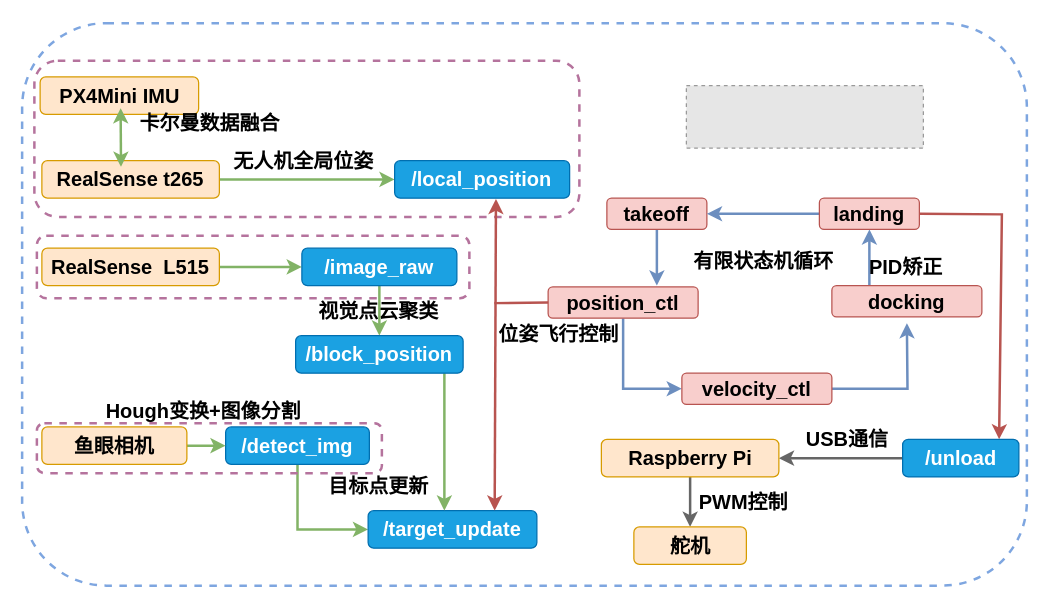
This is quadruped.drawio from Dem-phi/Everlasting-HA.github.io, a draw.io file, before an edit. Source tidied: cells renumbered, new cells numbered last; positions are measured from the earlier drawing's top-left corner, leaving out a move shared by most shapes. Both pictures are drawn from the tidied source at 125%, with x=0, y=0 at pixel (21, 22). Pictures stored in the file or linked from it are replaced by grey dashed boxes.
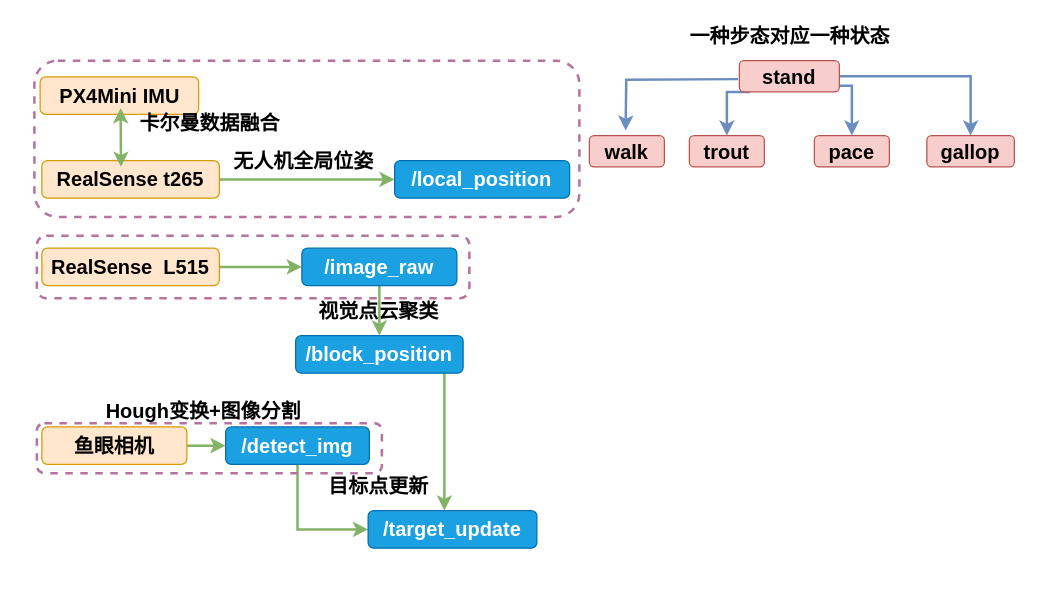
After the change.

The change refers to these unchanged cells:
```xml
<mxCell id="17" value="/local_position" style="rounded=1;whiteSpace=wrap;html=1;fillColor=#1ba1e2;strokeColor=#006EAF;horizontal=1;fontSize=16;fontColor=#ffffff;fontStyle=1;" parent="1" vertex="1">
  <mxGeometry x="298.2" y="110" width="140" height="30" as="geometry" />
</mxCell>
<mxCell id="22" value="/target_update" style="rounded=1;whiteSpace=wrap;html=1;fillColor=#1ba1e2;strokeColor=#006EAF;horizontal=1;fontSize=16;fontColor=#ffffff;fontStyle=1;" parent="1" vertex="1">
  <mxGeometry x="277" y="390" width="135" height="30" as="geometry" />
</mxCell>
```

Change to the diagram source:
```diff
@@
-    <mxCell id="2" style="rounded=1;whiteSpace=wrap;html=1;fontSize=16;fontColor=#FFFFFF;fillColor=none;gradientColor=#ffffff;dashed=1;strokeWidth=2;strokeColor=#7EA6E0;" parent="1" vertex="1">
-      <mxGeometry x="0.2" width="803.8" height="450" as="geometry" />
-    </mxCell>
@@
-    <mxCell id="5" style="fillColor=#E6E6E6;strokeColor=#999999;dashed=1;verticalLabelPosition=bottom;labelBackgroundColor=default;verticalAlign=top;" parent="1" vertex="1">
-      <mxGeometry x="531.6" y="50" width="189.6" height="50" as="geometry" />
-    </mxCell>
@@
-    <mxCell id="12" style="edgeStyle=orthogonalEdgeStyle;rounded=0;jettySize=auto;html=1;strokeWidth=2;fillColor=#f5f5f5;strokeColor=#666666;exitX=0.5;exitY=1;exitDx=0;exitDy=0;" parent="1" edge="1" source="48" target="13">
-      <mxGeometry relative="1" as="geometry" />
-    </mxCell>
-    <mxCell id="13" value="舵机" style="rounded=1;whiteSpace=wrap;html=1;fontSize=16;fillColor=#ffe6cc;strokeColor=#d79b00;fontStyle=1;" parent="1" vertex="1">
-      <mxGeometry x="489.6" y="403" width="90" height="30" as="geometry" />
-    </mxCell>
@@
-    <mxCell id="18" style="edgeStyle=orthogonalEdgeStyle;rounded=0;jettySize=auto;html=1;strokeWidth=2;fillColor=#dae8fc;strokeColor=#6c8ebf;" parent="1" edge="1" source="19">
+    <mxCell id="18" style="edgeStyle=orthogonalEdgeStyle;rounded=0;orthogonalLoop=1;jettySize=auto;html=1;strokeWidth=2;fillColor=#dae8fc;strokeColor=#6c8ebf;entryX=0.5;entryY=0;entryDx=0;entryDy=0;exitX=0;exitY=0.75;exitDx=0;exitDy=0;" parent="1" edge="1">
       <mxGeometry relative="1" as="geometry">
-        <mxPoint x="508" y="210" as="targetPoint" />
+        <mxPoint x="573" y="44.8" as="sourcePoint" />
+        <mxPoint x="483" y="86" as="targetPoint" />
       </mxGeometry>
     </mxCell>
+    <mxCell id="51" style="edgeStyle=orthogonalEdgeStyle;rounded=0;jettySize=auto;html=1;entryX=0.5;entryY=0;entryDx=0;entryDy=0;strokeWidth=2;exitX=0.105;exitY=1;exitDx=0;exitDy=0;exitPerimeter=0;fillColor=#dae8fc;strokeColor=#6c8ebf;" parent="1" edge="1" source="19" target="29">
+      <mxGeometry relative="1" as="geometry" />
+    </mxCell>
+    <mxCell id="52" style="edgeStyle=orthogonalEdgeStyle;rounded=0;jettySize=auto;html=1;strokeWidth=2;exitX=0.915;exitY=0.968;exitDx=0;exitDy=0;exitPerimeter=0;fillColor=#dae8fc;strokeColor=#6c8ebf;" parent="1" edge="1" source="19" target="54">
+      <mxGeometry relative="1" as="geometry">
+        <Array as="points">
+          <mxPoint x="647" y="50" />
+          <mxPoint x="664" y="50" />
+        </Array>
+      </mxGeometry>
+    </mxCell>
+    <mxCell id="53" style="edgeStyle=orthogonalEdgeStyle;rounded=0;jettySize=auto;html=1;strokeWidth=2;entryX=0.5;entryY=0;entryDx=0;entryDy=0;fillColor=#dae8fc;strokeColor=#6c8ebf;" parent="1" edge="1" source="19" target="32">
+      <mxGeometry relative="1" as="geometry" />
+    </mxCell>
-    <mxCell id="19" value="takeoff" style="rounded=1;whiteSpace=wrap;html=1;fillColor=#f8cecc;strokeColor=#b85450;horizontal=1;fontSize=16;fontStyle=1;" parent="1" vertex="1">
-      <mxGeometry x="468" y="140" width="80" height="25" as="geometry" />
+    <mxCell id="19" value="stand" style="rounded=1;whiteSpace=wrap;html=1;fillColor=#f8cecc;strokeColor=#b85450;horizontal=1;fontSize=16;fontStyle=1;" parent="1" vertex="1">
+      <mxGeometry x="574" y="30" width="80" height="25" as="geometry" />
     </mxCell>
@@
-    <mxCell id="25" value="&lt;b&gt;有限状态机循环&lt;/b&gt;" style="text;html=1;align=center;verticalAlign=middle;fillColor=none;strokeColor=none;rounded=0;fontSize=16;" parent="1" vertex="1">
-      <mxGeometry x="528" y="180" width="130" height="20" as="geometry" />
+    <mxCell id="25" value="&lt;b&gt;一种步态对应一种状态&lt;/b&gt;" style="text;html=1;align=center;verticalAlign=middle;fillColor=none;strokeColor=none;rounded=0;fontSize=16;" parent="1" vertex="1">
+      <mxGeometry x="524" width="180" height="20" as="geometry" />
     </mxCell>
-    <mxCell id="26" style="edgeStyle=orthogonalEdgeStyle;rounded=0;jettySize=auto;html=1;strokeWidth=2;entryX=0;entryY=0.5;entryDx=0;entryDy=0;fillColor=#dae8fc;strokeColor=#6c8ebf;" parent="1" edge="1" source="27" target="29">
-      <mxGeometry relative="1" as="geometry" />
-    </mxCell>
-    <mxCell id="27" value="position_ctl" style="rounded=1;whiteSpace=wrap;html=1;fillColor=#f8cecc;strokeColor=#b85450;horizontal=1;fontSize=16;fontStyle=1;" parent="1" vertex="1">
-      <mxGeometry x="421" y="211" width="120" height="25" as="geometry" />
+    <mxCell id="27" value="walk" style="rounded=1;whiteSpace=wrap;html=1;fillColor=#f8cecc;strokeColor=#b85450;horizontal=1;fontSize=16;fontStyle=1;" parent="1" vertex="1">
+      <mxGeometry x="454" y="90" width="60" height="25" as="geometry" />
     </mxCell>
-    <mxCell id="28" style="edgeStyle=orthogonalEdgeStyle;rounded=0;jettySize=auto;html=1;strokeWidth=2;fillColor=#dae8fc;strokeColor=#6c8ebf;" parent="1" edge="1" source="29">
-      <mxGeometry relative="1" as="geometry">
-        <mxPoint x="708" y="240" as="targetPoint" />
-      </mxGeometry>
-    </mxCell>
-    <mxCell id="29" value="velocity_ctl" style="rounded=1;whiteSpace=wrap;html=1;fillColor=#f8cecc;strokeColor=#b85450;horizontal=1;fontSize=16;fontStyle=1;" parent="1" vertex="1">
-      <mxGeometry x="528" y="280" width="120" height="25" as="geometry" />
+    <mxCell id="29" value="trout" style="rounded=1;whiteSpace=wrap;html=1;fillColor=#f8cecc;strokeColor=#b85450;horizontal=1;fontSize=16;fontStyle=1;" parent="1" vertex="1">
+      <mxGeometry x="534" y="90" width="60" height="25" as="geometry" />
     </mxCell>
-    <mxCell id="30" style="edgeStyle=orthogonalEdgeStyle;rounded=0;jettySize=auto;html=1;strokeWidth=2;fillColor=#dae8fc;strokeColor=#6c8ebf;exitX=0.25;exitY=0;exitDx=0;exitDy=0;" parent="1" edge="1" source="32" target="34">
-      <mxGeometry relative="1" as="geometry" />
-    </mxCell>
-    <mxCell id="31" style="edgeStyle=none;rounded=0;jettySize=auto;html=1;strokeWidth=2;exitX=1;exitY=0.5;exitDx=0;exitDy=0;entryX=0.83;entryY=0;entryDx=0;entryDy=0;entryPerimeter=0;fillColor=#f8cecc;strokeColor=#b85450;" parent="1" edge="1" source="34" target="47">
-      <mxGeometry relative="1" as="geometry">
-        <Array as="points">
-          <mxPoint x="784" y="153" />
-        </Array>
-      </mxGeometry>
-    </mxCell>
-    <mxCell id="32" value="docking" style="rounded=1;whiteSpace=wrap;html=1;fillColor=#f8cecc;strokeColor=#b85450;horizontal=1;fontSize=16;fontStyle=1;" parent="1" vertex="1">
-      <mxGeometry x="648" y="210" width="120" height="25" as="geometry" />
+    <mxCell id="32" value="gallop" style="rounded=1;whiteSpace=wrap;html=1;fillColor=#f8cecc;strokeColor=#b85450;horizontal=1;fontSize=16;fontStyle=1;" parent="1" vertex="1">
+      <mxGeometry x="724" y="90" width="70" height="25" as="geometry" />
     </mxCell>
-    <mxCell id="33" style="edgeStyle=orthogonalEdgeStyle;rounded=0;jettySize=auto;html=1;strokeWidth=2;entryX=1;entryY=0.5;entryDx=0;entryDy=0;fillColor=#dae8fc;strokeColor=#6c8ebf;" parent="1" edge="1" source="34" target="19">
-      <mxGeometry relative="1" as="geometry" />
-    </mxCell>
-    <mxCell id="34" value="landing" style="rounded=1;whiteSpace=wrap;html=1;fillColor=#f8cecc;strokeColor=#b85450;horizontal=1;fontSize=16;fontStyle=1;" parent="1" vertex="1">
-      <mxGeometry x="638" y="140" width="80" height="25" as="geometry" />
-    </mxCell>
-    <mxCell id="35" value="&lt;b&gt;PID矫正&lt;/b&gt;" style="text;html=1;align=center;verticalAlign=middle;fillColor=none;strokeColor=none;rounded=0;fontSize=16;" parent="1" vertex="1">
-      <mxGeometry x="672" y="185" width="70" height="20" as="geometry" />
-    </mxCell>
@@
-    <mxCell id="37" style="endArrow=classic;startArrow=classic;html=1;rounded=0;strokeWidth=2;exitX=0.75;exitY=0;exitDx=0;exitDy=0;entryX=0.579;entryY=1.02;entryDx=0;entryDy=0;entryPerimeter=0;fillColor=#f8cecc;strokeColor=#b85450;" parent="1" edge="1" source="22" target="17">
-      <mxGeometry relative="1" as="geometry" />
-    </mxCell>
@@
-    <mxCell id="39" style="endArrow=none;html=1;rounded=0;strokeWidth=2;entryX=0;entryY=0.5;entryDx=0;entryDy=0;fillColor=#f8cecc;strokeColor=#b85450;" parent="1" edge="1" target="27">
-      <mxGeometry relative="1" as="geometry">
-        <mxPoint x="378" y="224" as="sourcePoint" />
-      </mxGeometry>
-    </mxCell>
@@
-    <mxCell id="42" value="&lt;b style=&quot;font-size: 16px&quot;&gt;位姿飞行控制&lt;/b&gt;" style="text;html=1;align=center;verticalAlign=middle;fillColor=none;strokeColor=none;rounded=0;fontSize=16;" parent="1" vertex="1">
-      <mxGeometry x="374" y="239" width="110" height="20" as="geometry" />
-    </mxCell>
@@
-    <mxCell id="46" style="edgeStyle=none;rounded=0;jettySize=auto;html=1;fontColor=#000000;strokeWidth=2;fillColor=#f5f5f5;strokeColor=#666666;" parent="1" edge="1" source="47" target="48">
-      <mxGeometry relative="1" as="geometry" />
-    </mxCell>
-    <mxCell id="47" value="/unload" style="rounded=1;whiteSpace=wrap;html=1;fillColor=#1ba1e2;strokeColor=#006EAF;horizontal=1;fontSize=16;fontColor=#ffffff;fontStyle=1;" parent="1" vertex="1">
-      <mxGeometry x="704.6" y="333" width="93" height="30" as="geometry" />
-    </mxCell>
-    <mxCell id="48" value="&lt;span style=&quot;&quot;&gt;Raspberry Pi&lt;/span&gt;" style="rounded=1;whiteSpace=wrap;html=1;fontSize=16;fillColor=#ffe6cc;strokeColor=#d79b00;fontStyle=1;fontColor=#000000;" parent="1" vertex="1">
-      <mxGeometry x="463.6" y="333" width="142" height="30" as="geometry" />
-    </mxCell>
-    <mxCell id="49" value="&lt;b&gt;USB通信&lt;/b&gt;" style="text;html=1;align=center;verticalAlign=middle;fillColor=none;strokeColor=none;rounded=0;fontSize=16;" parent="1" vertex="1">
-      <mxGeometry x="619.6" y="323" width="80" height="20" as="geometry" />
-    </mxCell>
-    <mxCell id="50" value="&lt;b&gt;PWM控制&lt;br&gt;&lt;/b&gt;" style="text;html=1;align=center;verticalAlign=middle;fillColor=none;strokeColor=none;rounded=0;fontSize=16;" parent="1" vertex="1">
-      <mxGeometry x="531.6" y="373" width="90" height="20" as="geometry" />
-    </mxCell>
+    <mxCell id="54" value="pace" style="rounded=1;whiteSpace=wrap;html=1;fillColor=#f8cecc;strokeColor=#b85450;horizontal=1;fontSize=16;fontStyle=1;" parent="1" vertex="1">
+      <mxGeometry x="634" y="90" width="60" height="25" as="geometry" />
+    </mxCell>
```
